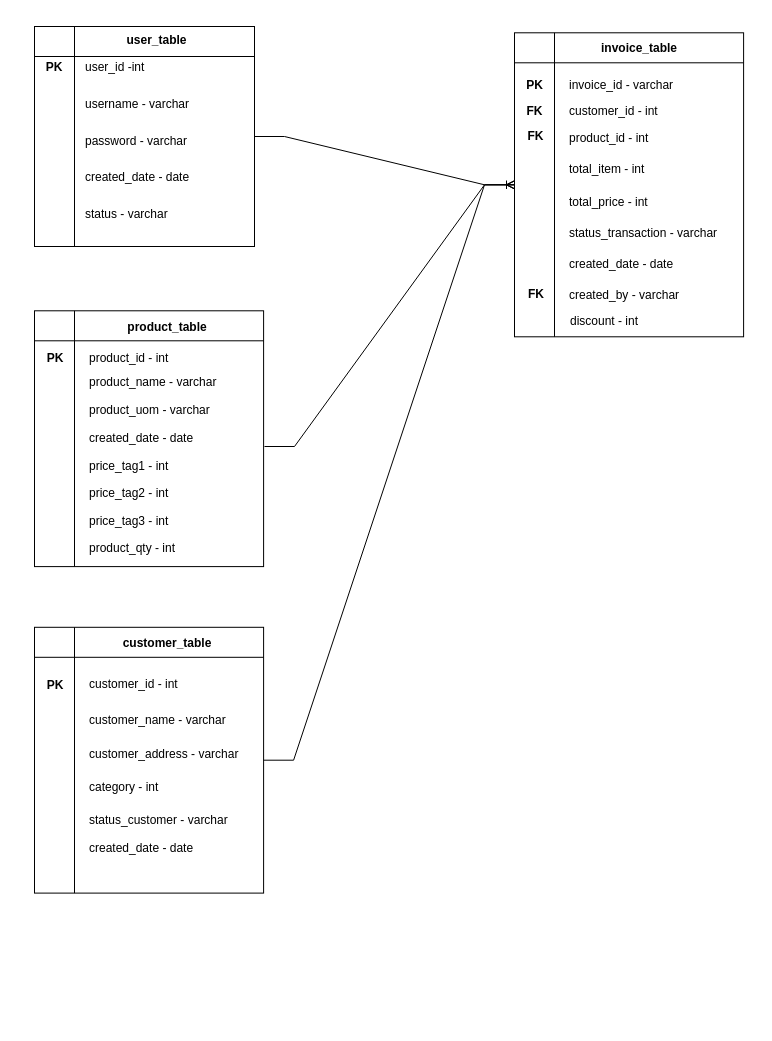
Earlier version of the draw.io diagram Cahaya Gading Diagram.drawio (riolentius/CahayaGading). Source tidied: cells renumbered, new cells numbered last; positions are measured from the earlier drawing's top-left corner, leaving out a move shared by most shapes. Both pictures are drawn from the tidied source at 100%, with x=0, y=0 at pixel (22, 16).
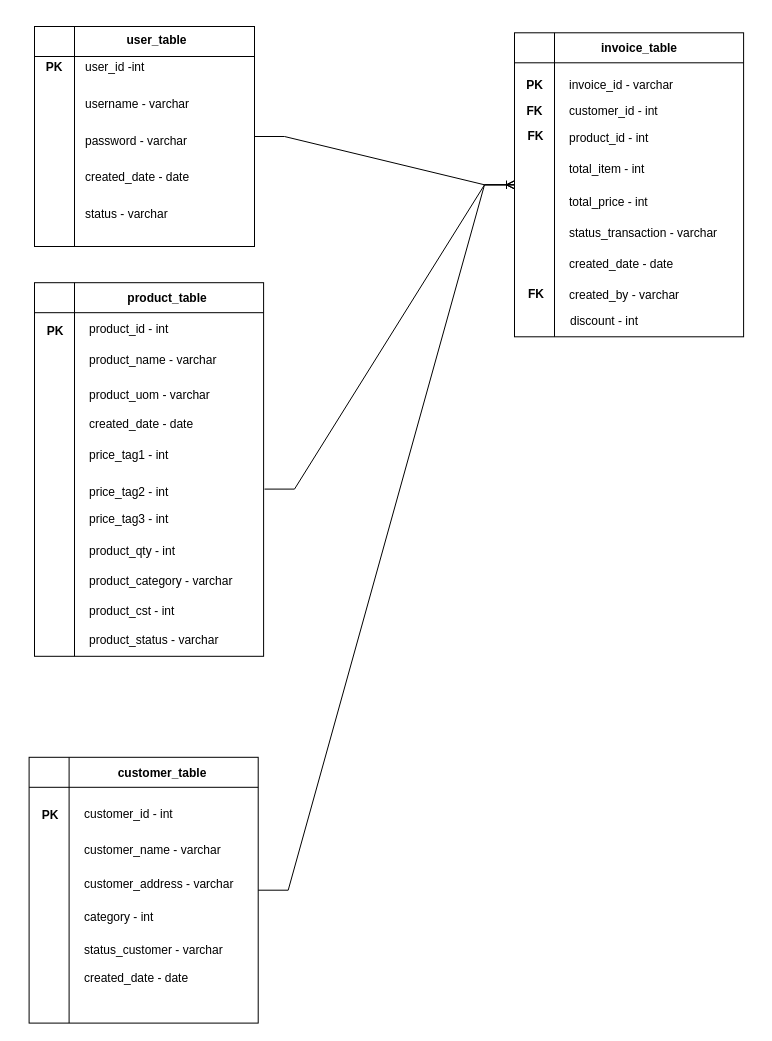
Above is the later version.

The change refers to these unchanged cells:
```xml
<mxCell id="40" style="shape=internalStorage;whiteSpace=wrap;html=1;backgroundOutline=1;dx=40;dy=30;" parent="39" vertex="1">
  <mxGeometry y="16" width="229.1" height="304" as="geometry" />
</mxCell>
```

The edit, as a diff of the source:
```diff
@@
     <mxCell id="13" style="group;" parent="1" vertex="1">
-      <mxGeometry x="12" y="290" width="240" height="270" as="geometry" />
+      <mxGeometry x="12" y="260" width="240" height="410" as="geometry" />
     </mxCell>
     <mxCell id="14" style="group;" parent="13" vertex="1">
-      <mxGeometry y="-6.8" width="229.1" height="276.8" as="geometry" />
+      <mxGeometry y="-10.2" width="229.1" height="410" as="geometry" />
     </mxCell>
     <mxCell id="15" style="shape=internalStorage;whiteSpace=wrap;html=1;backgroundOutline=1;dx=40;dy=30;" parent="14" vertex="1">
-      <mxGeometry y="11.1" width="229.1" height="255.8" as="geometry" />
+      <mxGeometry y="16.4" width="229.1" height="373.6" as="geometry" />
     </mxCell>
     <mxCell id="16" value="product_table" style="text;html=1;strokeColor=none;fillColor=none;align=center;verticalAlign=middle;whiteSpace=wrap;rounded=0;fontStyle=1;" parent="14" vertex="1">
-      <mxGeometry x="93.3" width="80" height="55.3" as="geometry" />
+      <mxGeometry x="93.3" y="16.4" width="80" height="31.8" as="geometry" />
     </mxCell>
     <mxCell id="17" value="product_id - int" style="text;html=1;strokeColor=none;fillColor=none;align=left;verticalAlign=middle;whiteSpace=wrap;rounded=0;" parent="14" vertex="1">
-      <mxGeometry x="53.3" y="30.8" width="160" height="55.3" as="geometry" />
+      <mxGeometry x="53.3" y="48.2" width="160" height="29.9" as="geometry" />
     </mxCell>
     <mxCell id="18" value="product_name - varchar" style="text;html=1;strokeColor=none;fillColor=none;align=left;verticalAlign=middle;whiteSpace=wrap;rounded=0;" parent="14" vertex="1">
-      <mxGeometry x="53.3" y="55.3" width="160" height="55.3" as="geometry" />
+      <mxGeometry x="53.3" y="78.1" width="160" height="31.8" as="geometry" />
     </mxCell>
+    <mxCell id="23" value="price_tag3 - int" style="text;html=1;strokeColor=none;fillColor=none;align=left;verticalAlign=middle;whiteSpace=wrap;rounded=0;" parent="14" vertex="1">
+      <mxGeometry x="53.3" y="236.3" width="160" height="33.6" as="geometry" />
+    </mxCell>
+    <mxCell id="25" value="&lt;div&gt;PK&lt;/div&gt;" style="text;html=1;strokeColor=none;fillColor=none;align=center;verticalAlign=middle;whiteSpace=wrap;rounded=0;fontStyle=1;" parent="14" vertex="1">
+      <mxGeometry x="-12.1" y="51.3" width="65.5" height="26.8" as="geometry" />
+    </mxCell>
+    <mxCell id="20" value="created_date - date" style="text;html=1;strokeColor=none;fillColor=none;align=left;verticalAlign=middle;whiteSpace=wrap;rounded=0;" parent="14" vertex="1">
+      <mxGeometry x="53.3" y="140.3" width="160" height="36.5" as="geometry" />
+    </mxCell>
     <mxCell id="19" value="product_uom - varchar" style="text;html=1;strokeColor=none;fillColor=none;align=left;verticalAlign=middle;whiteSpace=wrap;rounded=0;" parent="14" vertex="1">
-      <mxGeometry x="53.3" y="83.6" width="160" height="55.3" as="geometry" />
+      <mxGeometry x="53.3" y="109.9" width="160" height="38.2" as="geometry" />
     </mxCell>
-    <mxCell id="20" value="created_date - date" style="text;html=1;strokeColor=none;fillColor=none;align=left;verticalAlign=middle;whiteSpace=wrap;rounded=0;" parent="14" vertex="1">
-      <mxGeometry x="53.3" y="110.7" width="160" height="55.3" as="geometry" />
-    </mxCell>
     <mxCell id="21" value="price_tag1 - int" style="text;html=1;strokeColor=none;fillColor=none;align=left;verticalAlign=middle;whiteSpace=wrap;rounded=0;" parent="14" vertex="1">
-      <mxGeometry x="53.3" y="139" width="160" height="55.3" as="geometry" />
+      <mxGeometry x="53.3" y="170.2" width="160" height="37.3" as="geometry" />
     </mxCell>
     <mxCell id="22" value="price_tag2 - int" style="text;html=1;strokeColor=none;fillColor=none;align=left;verticalAlign=middle;whiteSpace=wrap;rounded=0;" parent="14" vertex="1">
-      <mxGeometry x="53.3" y="166.1" width="160" height="55.3" as="geometry" />
+      <mxGeometry x="53.3" y="207.5" width="160" height="38.2" as="geometry" />
     </mxCell>
-    <mxCell id="23" value="price_tag3 - int" style="text;html=1;strokeColor=none;fillColor=none;align=left;verticalAlign=middle;whiteSpace=wrap;rounded=0;" parent="14" vertex="1">
-      <mxGeometry x="53.3" y="194.3" width="160" height="55.3" as="geometry" />
-    </mxCell>
     <mxCell id="24" value="product_qty - int" style="text;html=1;strokeColor=none;fillColor=none;align=left;verticalAlign=middle;whiteSpace=wrap;rounded=0;" parent="14" vertex="1">
-      <mxGeometry x="53.3" y="221.4" width="160" height="55.3" as="geometry" />
+      <mxGeometry x="53.3" y="270.3" width="160" height="29.6" as="geometry" />
     </mxCell>
-    <mxCell id="25" value="&lt;div&gt;PK&lt;/div&gt;" style="text;html=1;strokeColor=none;fillColor=none;align=center;verticalAlign=middle;whiteSpace=wrap;rounded=0;fontStyle=1;" parent="14" vertex="1">
-      <mxGeometry x="-12.1" y="43.4" width="65.5" height="30" as="geometry" />
-    </mxCell>
+    <mxCell id="57" value="&lt;div&gt;product_category - varchar&lt;/div&gt;" style="text;html=1;strokeColor=none;fillColor=none;align=left;verticalAlign=middle;whiteSpace=wrap;rounded=0;" parent="14" vertex="1">
+      <mxGeometry x="53.3" y="299.8" width="160" height="30.2" as="geometry" />
+    </mxCell>
+    <mxCell id="58" value="product_cst - int" style="text;html=1;strokeColor=none;fillColor=none;align=left;verticalAlign=middle;whiteSpace=wrap;rounded=0;" parent="14" vertex="1">
+      <mxGeometry x="53.3" y="330.2" width="160" height="29.2" as="geometry" />
+    </mxCell>
+    <mxCell id="59" value="&lt;div&gt;product_status - varchar&lt;/div&gt;" style="text;html=1;strokeColor=none;fillColor=none;align=left;verticalAlign=middle;whiteSpace=wrap;rounded=0;" parent="14" vertex="1">
+      <mxGeometry x="53.3" y="359.4" width="160" height="28.8" as="geometry" />
+    </mxCell>
     <mxCell id="26" style="edgeStyle=entityRelationEdgeStyle;fontSize=12;html=1;endArrow=ERoneToMany;rounded=0;" parent="13" edge="1" target="40">
       <mxGeometry relative="1" as="geometry">
-        <mxPoint x="230" y="140" as="sourcePoint" />
+        <mxPoint x="230" y="212.6" as="sourcePoint" />
       </mxGeometry>
     </mxCell>
     <mxCell id="27" style="group;" parent="1" vertex="1">
-      <mxGeometry x="12" y="600" width="240" height="270" as="geometry" />
+      <mxGeometry x="6.6" y="730" width="240" height="270" as="geometry" />
     </mxCell>
```
